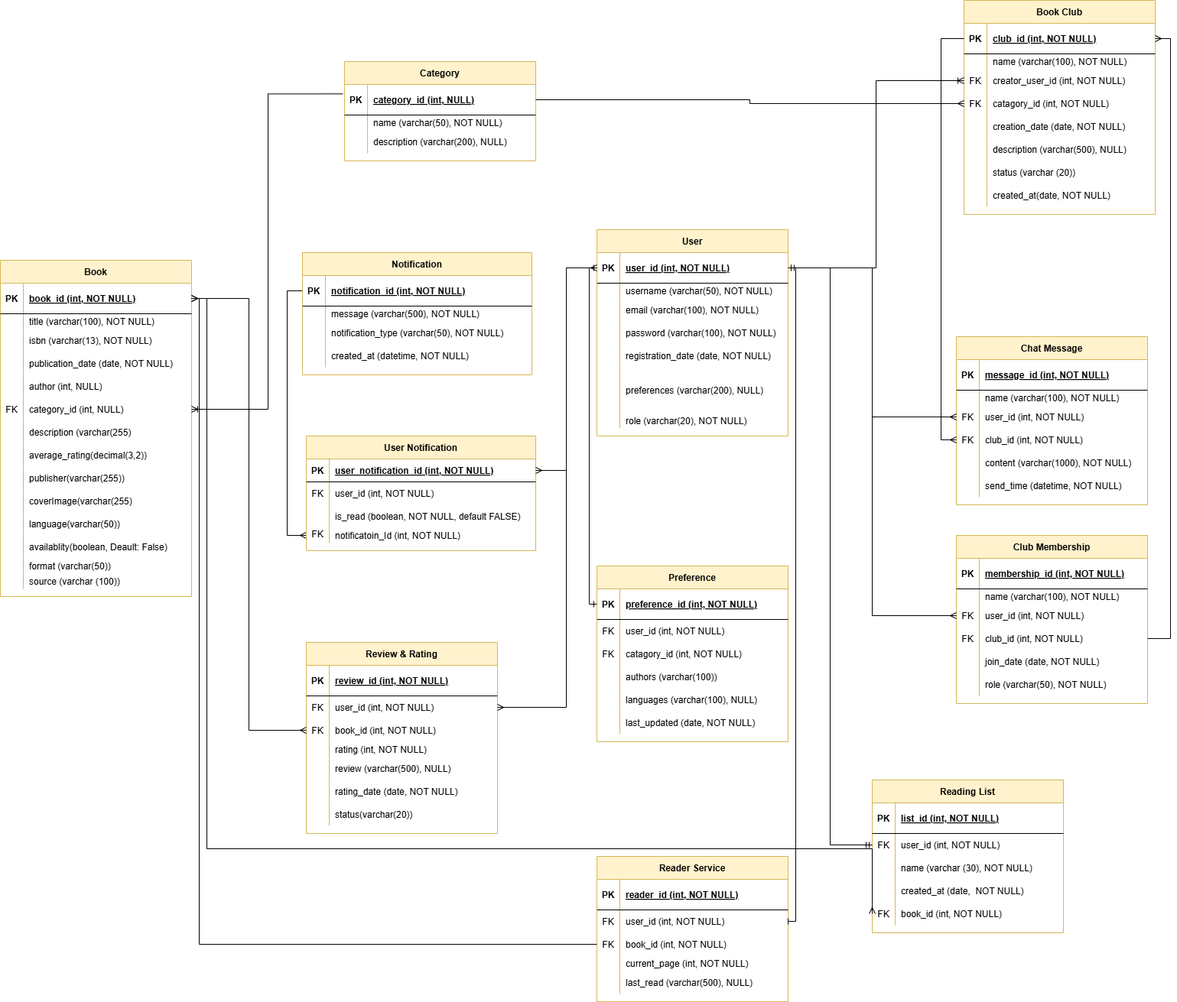
This is New folder/Untitled Diagram.drawio.png from Kkgenkai/Draw.io, a draw.io export, as it was before one commit. Source tidied: cells renumbered, new cells last; positions are measured from the earlier drawing's top-left corner, leaving out a move shared by most shapes.
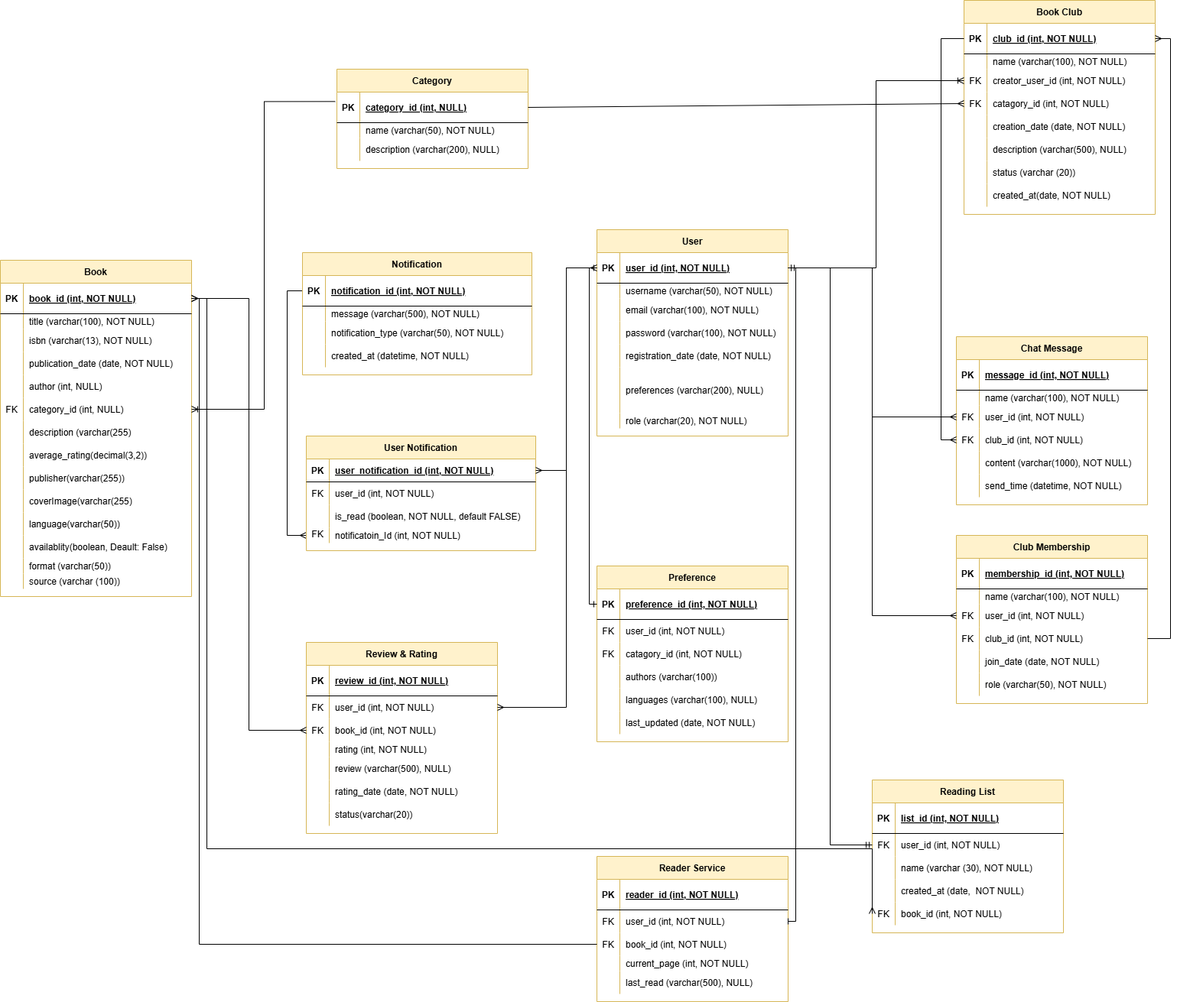
Later version of the same file.

The edit, as a diff of the source:
```diff
@@ -198,7 +198,7 @@
       <mxGeometry x="30" width="220" height="20" as="geometry" />
     </mxCell>
     <mxCell id="67" value="Category" style="shape=table;startSize=30;rowLines=0;fontStyle=1;align=center;fillColor=#fff2cc;strokeColor=#d6b656;" parent="1" vertex="1">
-      <mxGeometry x="450" y="80" width="250" height="130" as="geometry" />
+      <mxGeometry x="440" y="90" width="250" height="130" as="geometry" />
     </mxCell>
     <mxCell id="68" style="shape=partialRectangle;fillColor=none;points=[[0,0.5],[1,0.5]];portConstraint=eastwest;top=0;left=0;right=0;bottom=1;" parent="67" vertex="1">
       <mxGeometry y="30" width="250" height="40" as="geometry" />
@@ -547,7 +547,7 @@
     <mxCell id="181" style="edgeStyle=orthogonalEdgeStyle;rounded=0;jettySize=auto;html=1;exitX=1;exitY=0.5;exitDx=0;exitDy=0;entryX=1;entryY=0.5;entryDx=0;entryDy=0;endArrow=ERmany;endFill=0;" parent="1" edge="1" source="137" target="103">
       <mxGeometry relative="1" as="geometry" />
     </mxCell>
-    <mxCell id="182" style="edgeStyle=orthogonalEdgeStyle;rounded=0;jettySize=auto;html=1;exitX=0;exitY=0.5;exitDx=0;exitDy=0;entryX=1;entryY=0.5;entryDx=0;entryDy=0;endArrow=none;endFill=0;startArrow=ERmany;startFill=0;" parent="1" edge="1" source="112" target="68">
+    <mxCell id="182" style="rounded=0;jettySize=auto;html=1;exitX=0;exitY=0.5;exitDx=0;exitDy=0;entryX=1;entryY=0.5;entryDx=0;entryDy=0;endArrow=none;endFill=0;startArrow=ERmany;startFill=0;" parent="1" edge="1" source="112" target="68">
       <mxGeometry relative="1" as="geometry" />
     </mxCell>
     <mxCell id="183" style="edgeStyle=orthogonalEdgeStyle;rounded=0;jettySize=auto;html=1;exitX=0;exitY=0.5;exitDx=0;exitDy=0;entryX=0;entryY=0.5;entryDx=0;entryDy=0;endArrow=none;endFill=0;startFill=0;startArrow=ERmany;" parent="1" edge="1" source="156" target="103">
```
